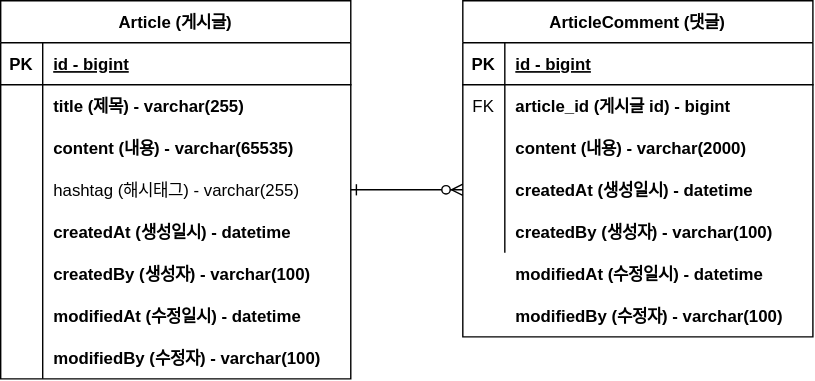
Before: document/project-the-style-erd.svg, a diagram exported from draw.io (DevCheomJi/project-the-style). Source tidied: cells renumbered, new cells last; positions are measured from the earlier drawing's top-left corner, leaving out a move shared by most shapes.
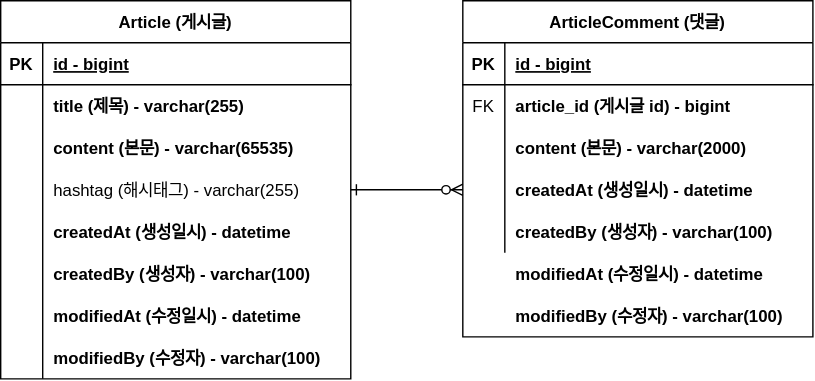
Later version of the same file.

Commit message:
#8 - ERD 주석 업데이트 project-the-style-erd.svg

The edit, as a diff of the source:
```diff
@@ -32,7 +32,7 @@
     <mxCell id="11" style="shape=partialRectangle;overflow=hidden;fillColor=none;top=0;left=0;bottom=0;right=0;" parent="10" vertex="1">
       <mxGeometry width="30" height="30" as="geometry" />
     </mxCell>
-    <mxCell id="12" value="content (내용) - varchar(2000)" style="shape=partialRectangle;overflow=hidden;fillColor=none;top=0;left=0;bottom=0;right=0;align=left;spacingLeft=6;fontStyle=1;" parent="10" vertex="1">
+    <mxCell id="12" value="content (본문) - varchar(2000)" style="shape=partialRectangle;overflow=hidden;fillColor=none;top=0;left=0;bottom=0;right=0;align=left;spacingLeft=6;fontStyle=1;" parent="10" vertex="1">
       <mxGeometry x="30" width="220" height="30" as="geometry" />
     </mxCell>
     <mxCell id="13" style="shape=partialRectangle;fillColor=none;points=[[0,0.5],[1,0.5]];portConstraint=eastwest;top=0;left=0;right=0;bottom=0;" parent="3" vertex="1">
@@ -80,7 +80,7 @@
     <mxCell id="27" style="shape=partialRectangle;overflow=hidden;fillColor=none;top=0;left=0;bottom=0;right=0;" parent="26" vertex="1">
       <mxGeometry width="30" height="30" as="geometry" />
     </mxCell>
-    <mxCell id="28" value="content (내용) - varchar(65535)" style="shape=partialRectangle;overflow=hidden;fillColor=none;top=0;left=0;bottom=0;right=0;align=left;spacingLeft=6;fontStyle=1;" parent="26" vertex="1">
+    <mxCell id="28" value="content (본문) - varchar(65535)" style="shape=partialRectangle;overflow=hidden;fillColor=none;top=0;left=0;bottom=0;right=0;align=left;spacingLeft=6;fontStyle=1;" parent="26" vertex="1">
       <mxGeometry x="30" width="220" height="30" as="geometry" />
     </mxCell>
     <mxCell id="29" style="shape=partialRectangle;fillColor=none;points=[[0,0.5],[1,0.5]];portConstraint=eastwest;top=0;left=0;right=0;bottom=0;" parent="19" vertex="1">
```
